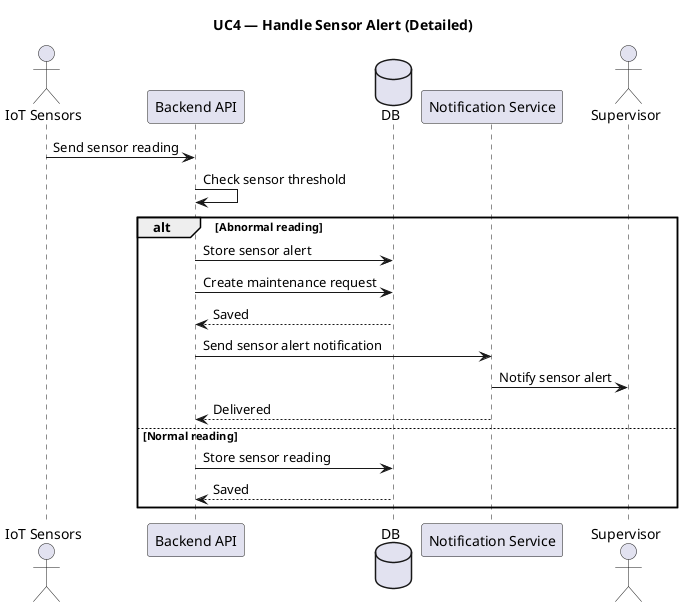
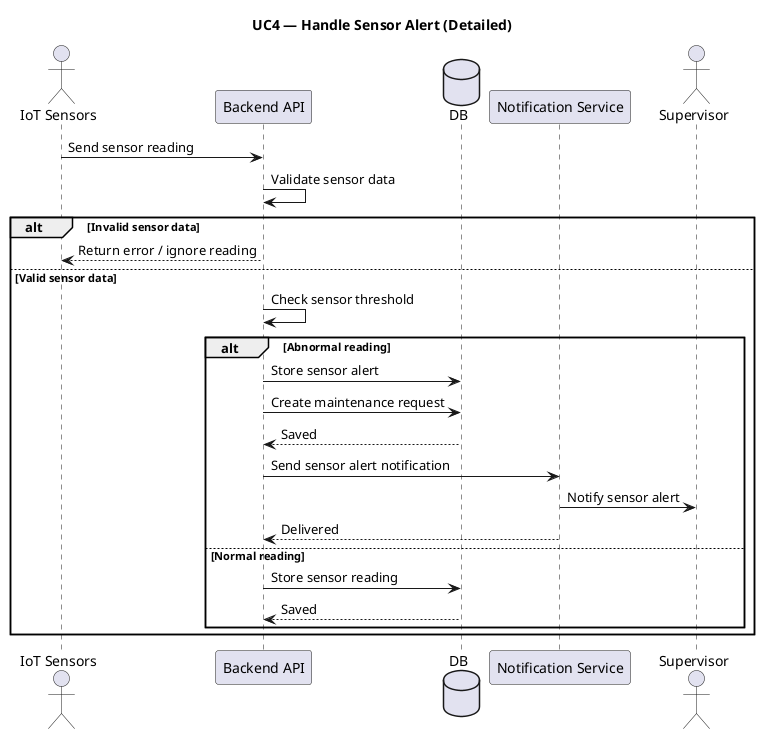
@startuml
title UC4 — Handle Sensor Alert (Detailed)

actor "IoT Sensors" as IoT
participant "Backend API" as API
database "DB" as DB
participant "Notification Service" as Notif
actor "Supervisor" as Supervisor

IoT -> API : Send sensor reading
- API -> API : Check sensor threshold
+ API -> API : Validate sensor data

- alt Abnormal reading
-     API -> DB : Store sensor alert
-     API -> DB : Create maintenance request
-     DB --> API : Saved
+ alt Invalid sensor data
+     API --> IoT : Return error / ignore reading
+ else Valid sensor data
+     API -> API : Check sensor threshold

-     API -> Notif : Send sensor alert notification
-     Notif -> Supervisor : Notify sensor alert
-     Notif --> API : Delivered
- else Normal reading
-     API -> DB : Store sensor reading
-     DB --> API : Saved
+     alt Abnormal reading
+         API -> DB : Store sensor alert
+         API -> DB : Create maintenance request
+         DB --> API : Saved
+ 
+         API -> Notif : Send sensor alert notification
+         Notif -> Supervisor : Notify sensor alert
+         Notif --> API : Delivered
+     else Normal reading
+         API -> DB : Store sensor reading
+         DB --> API : Saved
+     end
end

- @enduml
+ @enduml